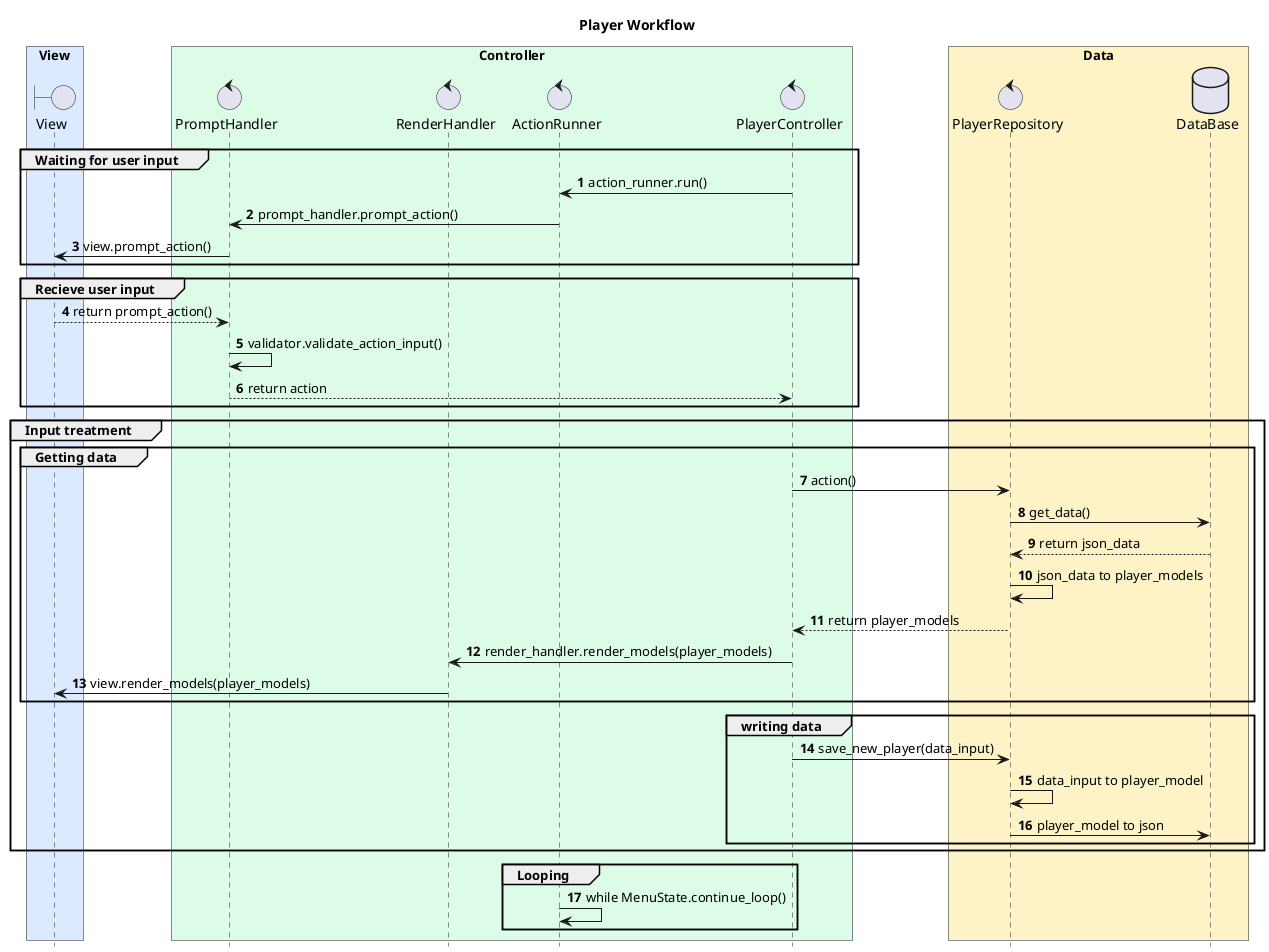
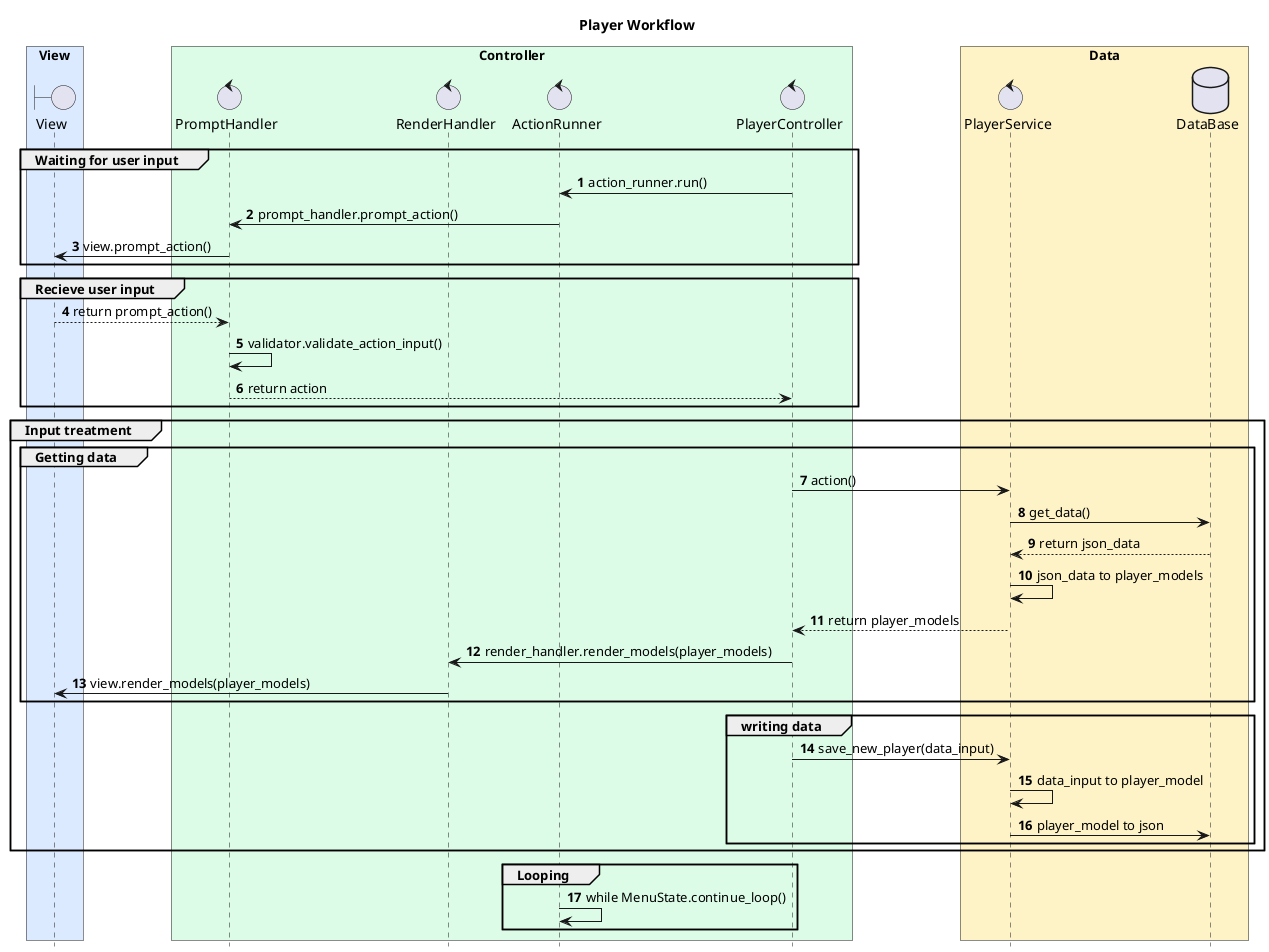
@startuml player_architecture
title Player Workflow

hide footbox

autonumber

box "View" #DBEAFE
    boundary View

end box

box "Controller" #DCFCE7
control PromptHandler
    control RenderHandler
    control ActionRunner
    control PlayerController

end box

box "Data" #FEF3C7
-     control PlayerRepository
+     control PlayerService
    database DataBase
end box



group Waiting for user input
    PlayerController -> ActionRunner : action_runner.run()
    ActionRunner -> PromptHandler : prompt_handler.prompt_action()
    PromptHandler -> View : view.prompt_action()
end

group Recieve user input
    View --> PromptHandler : return prompt_action()
    PromptHandler -> PromptHandler : validator.validate_action_input()
    PromptHandler --> PlayerController : return action
end

group Input treatment
    group Getting data
-         PlayerController -> PlayerRepository : action()
-         PlayerRepository -> DataBase : get_data()
-         DataBase --> PlayerRepository : return json_data
-         PlayerRepository -> PlayerRepository : json_data to player_models
-         PlayerRepository --> PlayerController : return player_models
+         PlayerController -> PlayerService : action()
+         PlayerService -> DataBase : get_data()
+         DataBase --> PlayerService : return json_data
+         PlayerService -> PlayerService : json_data to player_models
+         PlayerService --> PlayerController : return player_models
        PlayerController -> RenderHandler  : render_handler.render_models(player_models)
        RenderHandler -> View : view.render_models(player_models)
    end

    group writing data
-         PlayerController -> PlayerRepository : save_new_player(data_input)
-         PlayerRepository -> PlayerRepository : data_input to player_model
-         PlayerRepository -> DataBase : player_model to json
+         PlayerController -> PlayerService : save_new_player(data_input)
+         PlayerService -> PlayerService : data_input to player_model
+         PlayerService -> DataBase : player_model to json
    end
end


group Looping
    ActionRunner -> ActionRunner : while MenuState.continue_loop()
end




@endumld